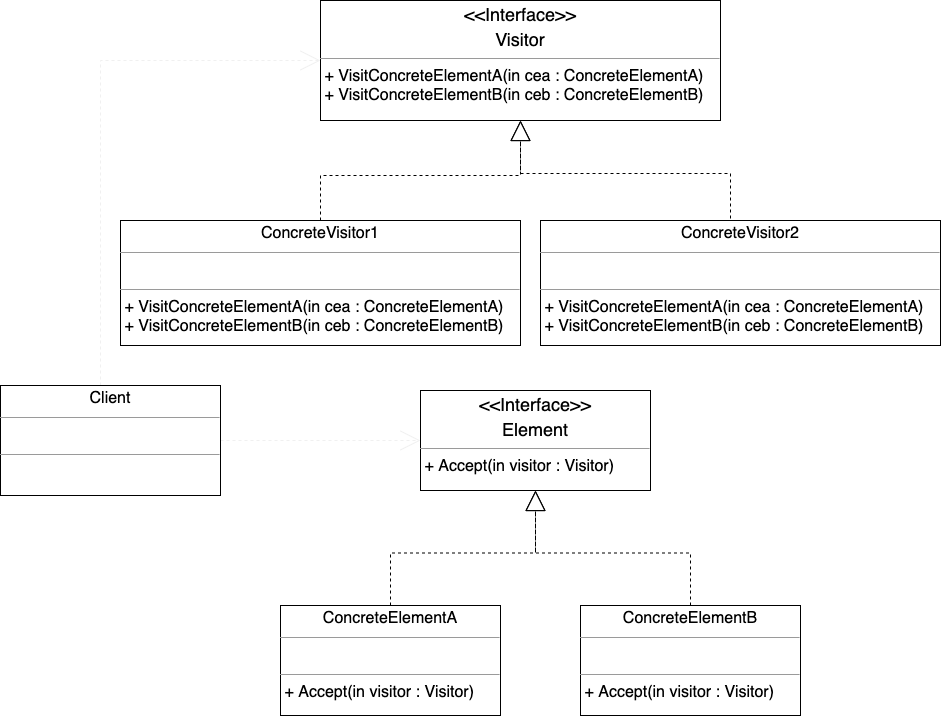
This is img/pattern-visitor.png from boilingfrog/design-pattern-learning, a draw.io export, as it was before one commit. Source tidied: cells renumbered, new cells last; positions are measured from the earlier drawing's top-left corner, leaving out a move shared by most shapes.
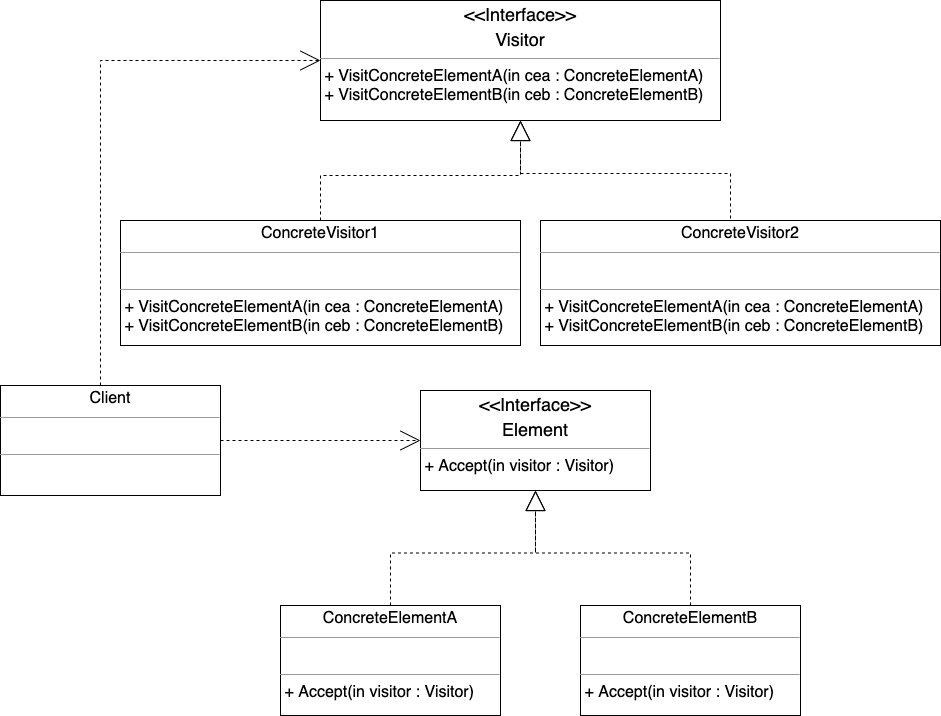
Later version of the same file.

Commit message:
访问者模式

Diff of the diagram source:
```diff
@@ -38,14 +38,14 @@
     <mxCell id="11" value="&lt;p style=&quot;text-align: center ; margin: 4px 0px 0px&quot;&gt;&lt;span style=&quot;font-size: 16px&quot;&gt;ConcreteVisitor2&lt;/span&gt;&lt;/p&gt;&lt;hr size=&quot;1&quot; style=&quot;font-size: 18px&quot;&gt;&lt;p style=&quot;margin: 0px 0px 0px 4px ; font-size: 16px&quot;&gt;&lt;br&gt;&lt;/p&gt;&lt;hr size=&quot;1&quot; style=&quot;font-size: 16px&quot;&gt;&lt;span style=&quot;font-size: 16px&quot;&gt;&amp;nbsp;+ VisitConcreteElementA(in cea :&amp;nbsp;&lt;/span&gt;&lt;span style=&quot;font-size: 16px&quot;&gt;ConcreteElementA&lt;/span&gt;&lt;span style=&quot;font-size: 16px&quot;&gt;)&lt;/span&gt;&lt;span style=&quot;font-size: 16px&quot;&gt;&lt;br&gt;&lt;/span&gt;&lt;span style=&quot;font-size: 16px&quot;&gt;&amp;nbsp;+ VisitConcreteElementB(in ceb :&amp;nbsp;&lt;/span&gt;&lt;span style=&quot;font-size: 16px&quot;&gt;ConcreteElementB&lt;/span&gt;&lt;span style=&quot;font-size: 16px&quot;&gt;)&lt;/span&gt;&lt;span style=&quot;font-size: 16px&quot;&gt;&lt;br&gt;&lt;/span&gt;" style="verticalAlign=top;align=left;overflow=fill;fontSize=12;fontFamily=Helvetica;html=1;" parent="1" vertex="1">
       <mxGeometry x="540" y="220" width="400" height="125" as="geometry" />
     </mxCell>
-    <mxCell id="12" style="edgeStyle=orthogonalEdgeStyle;rounded=0;jumpStyle=none;html=1;shadow=0;startArrow=none;startFill=0;endArrow=open;endFill=0;startSize=20;endSize=18;strokeColor=#F0F0F0;fillColor=#2A2A2A;dashed=1;" parent="1" edge="1" source="14" target="7">
+    <mxCell id="12" style="edgeStyle=orthogonalEdgeStyle;rounded=0;jumpStyle=none;html=1;shadow=0;startArrow=none;startFill=0;endArrow=open;endFill=0;startSize=20;endSize=18;dashed=1;" parent="1" edge="1" source="14" target="7">
       <mxGeometry relative="1" as="geometry">
         <Array as="points">
           <mxPoint x="100" y="60" />
         </Array>
       </mxGeometry>
     </mxCell>
-    <mxCell id="13" style="edgeStyle=orthogonalEdgeStyle;rounded=0;jumpStyle=none;html=1;shadow=0;startArrow=none;startFill=0;endArrow=open;endFill=0;startSize=20;endSize=18;strokeColor=#F0F0F0;fillColor=#2A2A2A;dashed=1;" parent="1" edge="1" source="14" target="2">
+    <mxCell id="13" style="edgeStyle=orthogonalEdgeStyle;rounded=0;jumpStyle=none;html=1;shadow=0;startArrow=none;startFill=0;endArrow=open;endFill=0;startSize=20;endSize=18;dashed=1;" parent="1" edge="1" source="14" target="2">
       <mxGeometry relative="1" as="geometry" />
     </mxCell>
     <mxCell id="14" value="&lt;p style=&quot;text-align: center ; margin: 4px 0px 0px&quot;&gt;&lt;span style=&quot;font-size: 16px&quot;&gt;Client&lt;/span&gt;&lt;/p&gt;&lt;hr size=&quot;1&quot; style=&quot;font-size: 18px&quot;&gt;&lt;p style=&quot;margin: 0px 0px 0px 4px ; font-size: 16px&quot;&gt;&lt;/p&gt;&lt;span style=&quot;font-size: 16px ; text-align: center&quot;&gt;&amp;nbsp;&amp;nbsp;&lt;/span&gt;&lt;hr size=&quot;1&quot; style=&quot;font-size: 16px&quot;&gt;&lt;span style=&quot;font-size: 16px&quot;&gt;&lt;br&gt;&lt;/span&gt;" style="verticalAlign=top;align=left;overflow=fill;fontSize=12;fontFamily=Helvetica;html=1;" parent="1" vertex="1">
```
